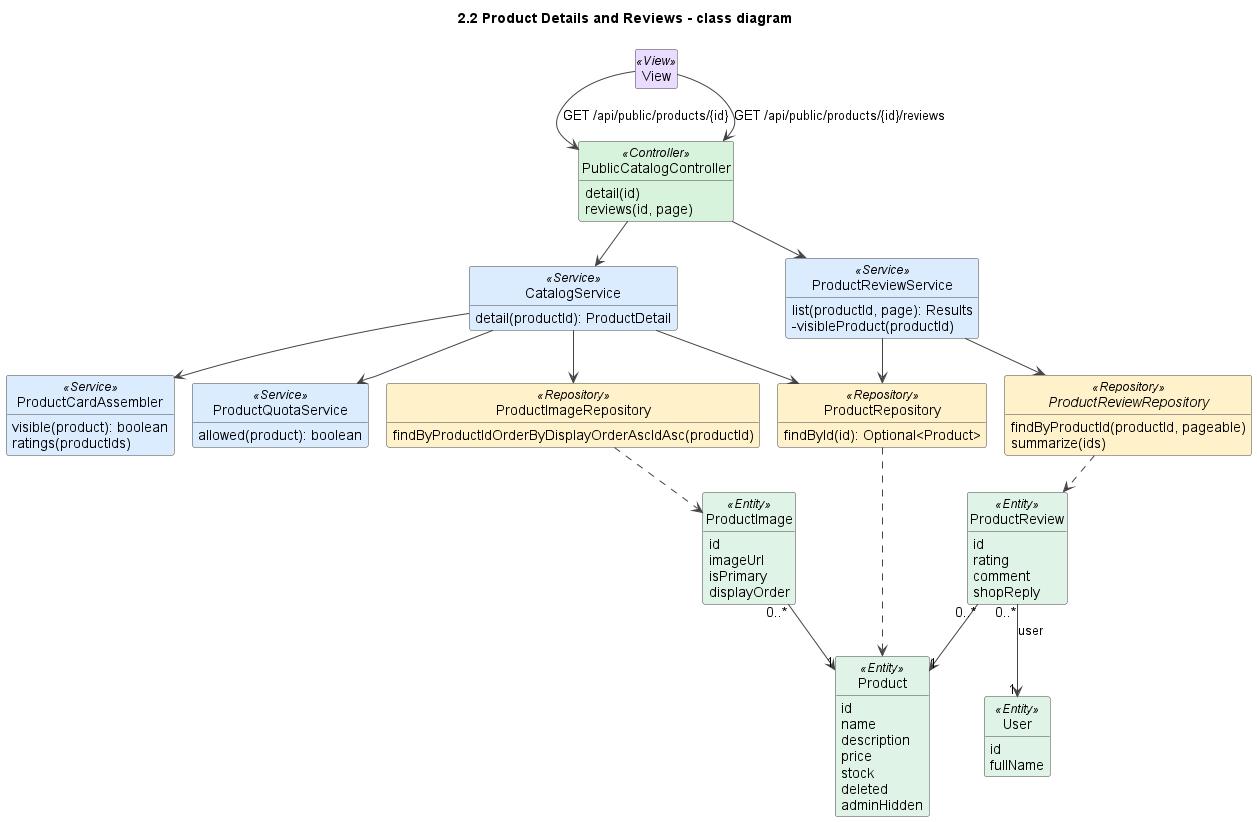
This is docs/sds/2.2-product-details-class.png from duckpao/FlowerShop_SWP391, a PlantUML export, as it was before one commit. Its diagram source:
```plantuml
@startuml
!pragma layout smetana
title 2.2 Product Details and Reviews - class diagram
skinparam shadowing false
skinparam defaultFontName Arial
skinparam wrapWidth 240
skinparam ArrowColor #444444
skinparam classAttributeIconSize 0
skinparam nodesep 45
skinparam ranksep 50
skinparam class {
  BackgroundColor #FFFFFF
  BorderColor #444444
  BackgroundColor<<View>> #EADCFF
  BackgroundColor<<Controller>> #D8F3DC
  BackgroundColor<<Service>> #DCECFF
  BackgroundColor<<Repository>> #FFF1C9
  BackgroundColor<<Entity>> #E0F3E7
  BackgroundColor<<DTO>> #F3E9D2
  BackgroundColor<<External>> #FFE0E0
}
hide empty members
hide circle

class View <<View>>
class PublicCatalogController <<Controller>> {
  detail(id)
  reviews(id, page)
}
class CatalogService <<Service>> {
  detail(productId): ProductDetail
}
class ProductQuotaService <<Service>> {
  allowed(product): boolean
}
class ProductReviewService <<Service>> {
  list(productId, page): Results
  -visibleProduct(productId)
}
class ProductCardAssembler <<Service>> {
  visible(product): boolean
  ratings(productIds)
}
class ProductRepository <<Repository>> {
  findById(id): Optional<Product>
}
class ProductImageRepository <<Repository>> {
  findByProductIdOrderByDisplayOrderAscIdAsc(productId)
}
interface ProductReviewRepository <<Repository>> {
  findByProductId(productId, pageable)
  summarize(ids)
}
class Product <<Entity>> {
  id
  name
  description
  price
  stock
  deleted
  adminHidden
}
class ProductImage <<Entity>> {
  id
  imageUrl
  isPrimary
  displayOrder
}
class ProductReview <<Entity>> {
  id
  rating
  comment
  shopReply
}
class User <<Entity>> {
  id
  fullName
}

View --> PublicCatalogController : GET /api/public/products/{id}
View --> PublicCatalogController : GET /api/public/products/{id}/reviews
PublicCatalogController --> CatalogService
PublicCatalogController --> ProductReviewService
CatalogService --> ProductQuotaService
CatalogService --> ProductRepository
CatalogService --> ProductImageRepository
CatalogService --> ProductCardAssembler
ProductReviewService --> ProductRepository
ProductReviewService --> ProductReviewRepository
ProductRepository ..> Product
ProductImageRepository ..> ProductImage
ProductReviewRepository ..> ProductReview
ProductImage "0..*" --> "1" Product
ProductReview "0..*" --> "1" Product
ProductReview "0..*" --> "1" User : user

@enduml
```
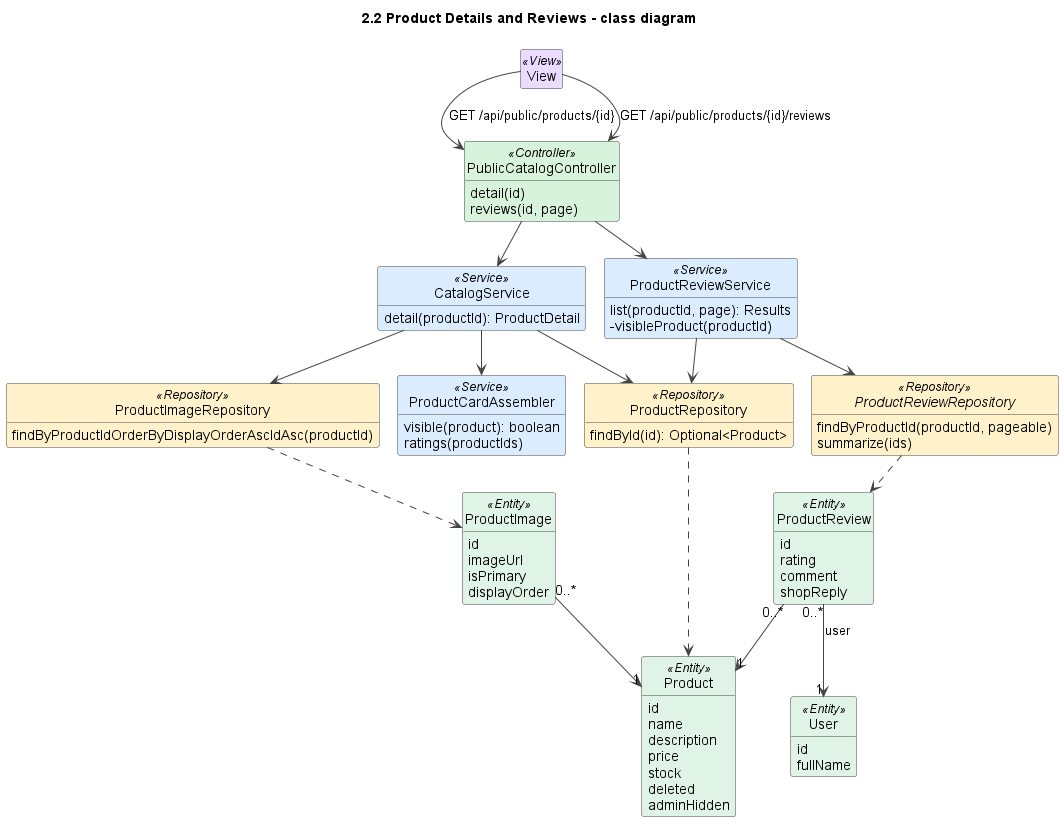
Later version of the same file.

Change to the diagram source:
```diff
@@ -29,9 +29,6 @@
 }
 class CatalogService <<Service>> {
   detail(productId): ProductDetail
-}
-class ProductQuotaService <<Service>> {
-  allowed(product): boolean
 }
 class ProductReviewService <<Service>> {
   list(productId, page): Results
@@ -81,7 +78,6 @@
 View --> PublicCatalogController : GET /api/public/products/{id}/reviews
 PublicCatalogController --> CatalogService
 PublicCatalogController --> ProductReviewService
-CatalogService --> ProductQuotaService
 CatalogService --> ProductRepository
 CatalogService --> ProductImageRepository
 CatalogService --> ProductCardAssembler
```
